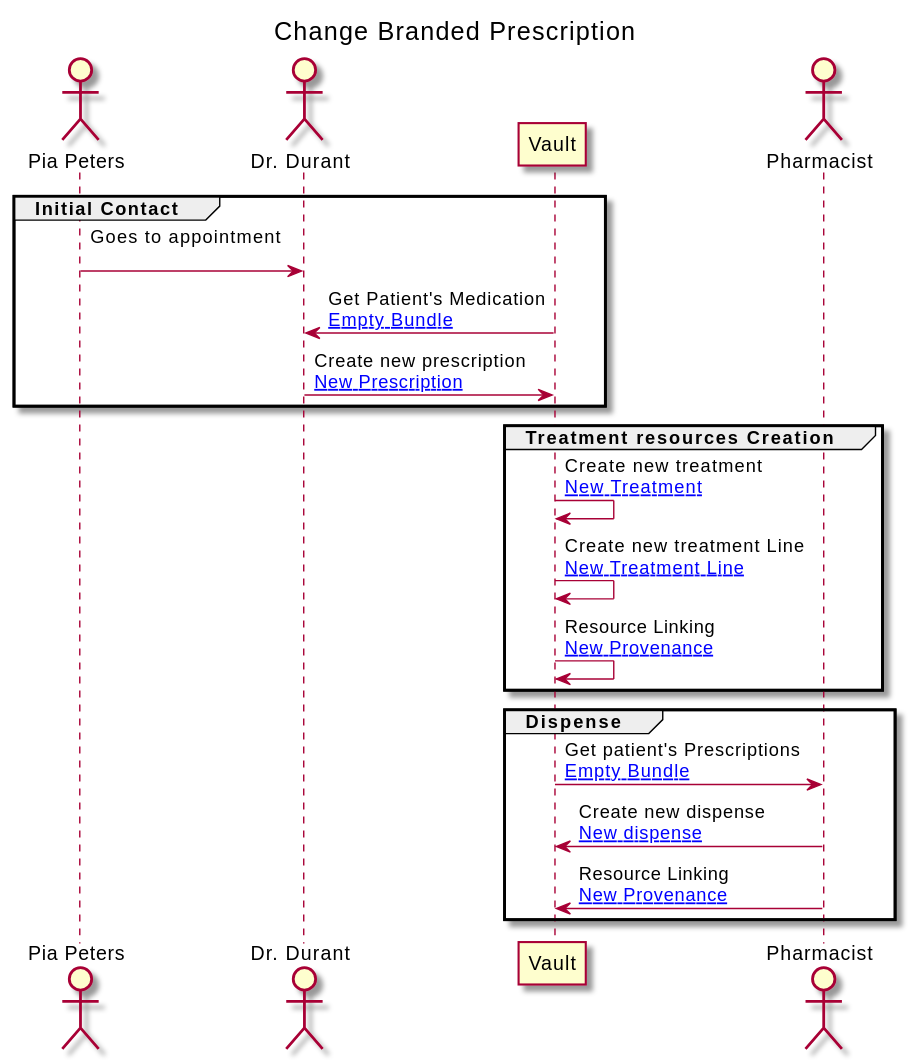
This is branches/master/ExampleScenario-example-1-scenario.svg from jcostateixeira/riziv-medication-record, a PlantUML export, as it was before one commit.
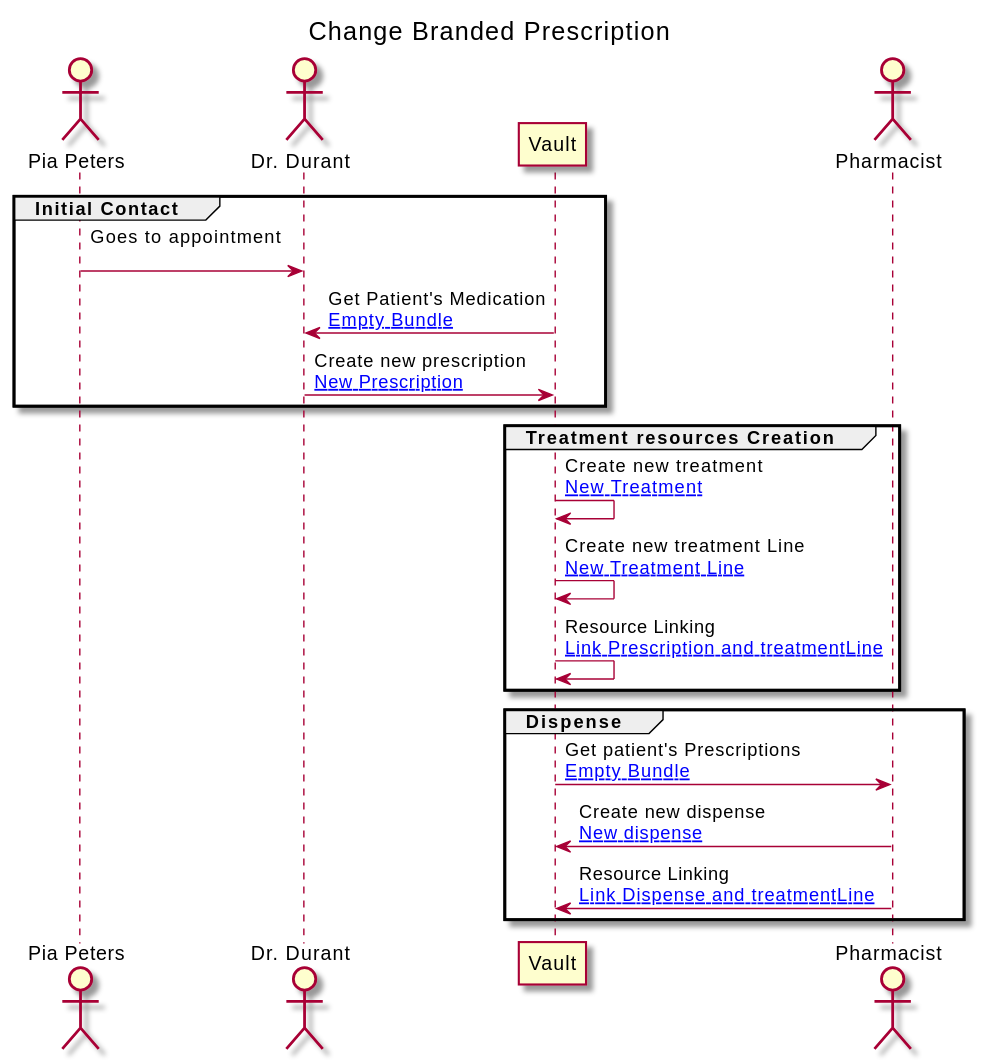
Above is the later version.

Diff of the diagram source:
```diff
@@ -24,14 +24,14 @@
 
 VAULT -> VAULT : Create new treatment\n[[ExampleScenario-example-1-scenario-resources.html#1-treatment New Treatment]]
 VAULT -> VAULT : Create new treatment Line\n[[ExampleScenario-example-1-scenario-resources.html#1-treatmentLine New Treatment Line]]
-VAULT -> VAULT : Resource Linking\n[[ExampleScenario-example-1-scenario-resources.html#1-1-provenance New Provenance]]
+VAULT -> VAULT : Resource Linking\n[[ExampleScenario-example-1-scenario-resources.html#1-1-provenance Link Prescription and treatmentLine]]
 end
 
 group Dispense
 
 VAULT -> PHARM : Get patient's Prescriptions\n[[ExampleScenario-example-1-scenario-resources.html#EB Empty Bundle]]
 PHARM -> VAULT : Create new dispense\n[[ExampleScenario-example-1-scenario-resources.html#1-dispense New dispense]]
-PHARM -> VAULT : Resource Linking\n[[ExampleScenario-example-1-scenario-resources.html#1-2-provenance New Provenance]]
+PHARM -> VAULT : Resource Linking\n[[ExampleScenario-example-1-scenario-resources.html#1-2-provenance Link Dispense and treatmentLine]]
 end
 
 
```
